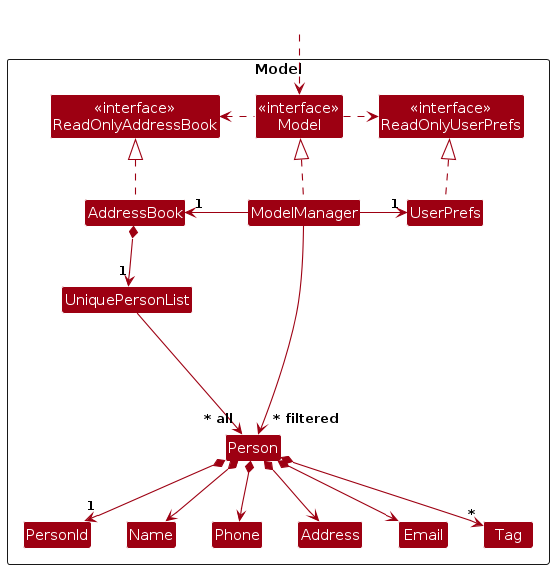
Earlier version of the PlantUML export diagrams/ModelClassDiagram.png (AY2627S1-CS2103T-T08-2/tp). Its source is kept beside it as diagrams/ModelClassDiagram.puml.
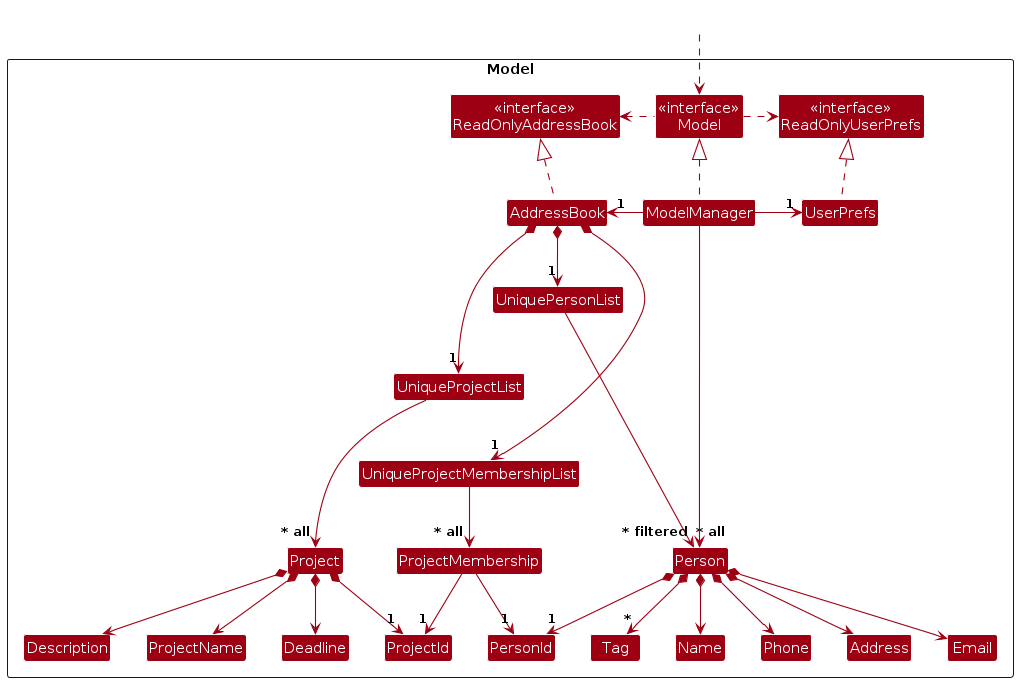
Above is the later version.

What changed in the source:
```diff
@@ -20,6 +20,16 @@
 Class Name
 Class Phone
 Class Tag
+
+Class UniqueProjectList
+Class Project
+Class ProjectId
+Class ProjectName
+Class Deadline
+Class Description
+
+Class UniqueProjectMembershipList
+Class ProjectMembership
 
 Class I #FFFFFF
 }
@@ -45,6 +55,18 @@
 Person *--> Address
 Person *--> "*" Tag
 
+AddressBook *--> "1" UniqueProjectList
+UniqueProjectList --> "~* all" Project
+Project *--> "1" ProjectId
+Project *--> ProjectName
+Project *--> Deadline
+Project *--> Description
+
+AddressBook *--> "1" UniqueProjectMembershipList
+UniqueProjectMembershipList --> "~* all" ProjectMembership
+ProjectMembership --> "1" PersonId
+ProjectMembership --> "1" ProjectId
+
 Person -[hidden]up--> I
 UniquePersonList -[hidden]right-> I
 
@@ -53,5 +75,12 @@
 Phone -[hidden]right-> Address
 Address -[hidden]right-> Email
 
+UniquePersonList -[hidden]down-> UniqueProjectList
+UniqueProjectList -[hidden]down-> UniqueProjectMembershipList
+
+ProjectId -[hidden]right-> ProjectName
+ProjectName -[hidden]right-> Deadline
+Deadline -[hidden]right-> Description
+
 ModelManager --> "~* filtered" Person
 @enduml
```
